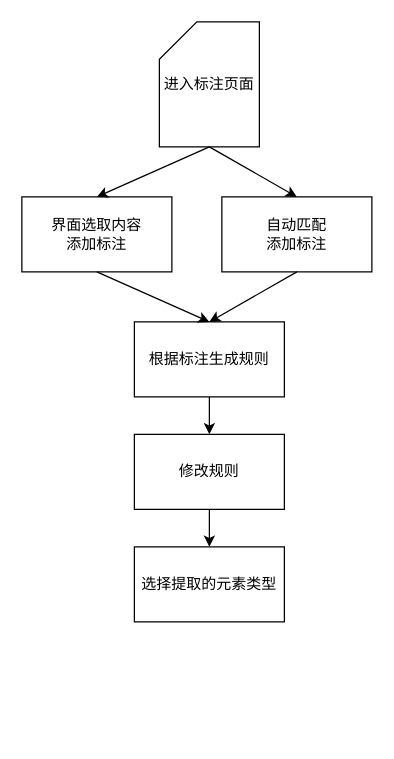
This is 人工标注流程.drawio from ouyangtian/drawio, a draw.io file, before an edit. Source tidied: cells renumbered, new cells numbered last; positions are measured from the earlier drawing's top-left corner, leaving out a move shared by most shapes. Both pictures are drawn from the tidied source at 125%, with x=0, y=0 at pixel (21, 21).
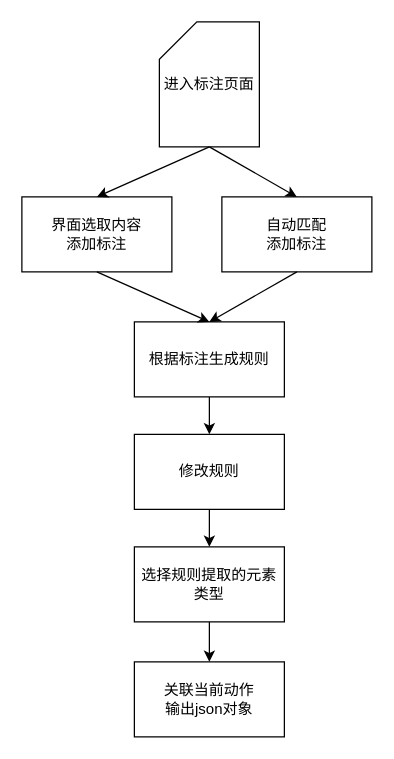
The same diagram, later.

Commit message:
更新人工标注流程.drawio

Diff of the diagram source:
```diff
@@
 <mxGraphModel>
   <root>
     <mxCell id="0" />
     <mxCell id="1" parent="0" />
     <mxCell id="2" value="界面选取内容&lt;br&gt;添加标注" style="rounded=0;whiteSpace=wrap;html=1;" parent="1" vertex="1">
       <mxGeometry y="140" width="120" height="60" as="geometry" />
     </mxCell>
     <mxCell id="3" value="根据标注生成规则" style="rounded=0;whiteSpace=wrap;html=1;" parent="1" vertex="1">
       <mxGeometry x="90" y="240" width="120" height="60" as="geometry" />
     </mxCell>
     <mxCell id="4" value="修改规则" style="rounded=0;whiteSpace=wrap;html=1;" parent="1" vertex="1">
       <mxGeometry x="90" y="330" width="120" height="60" as="geometry" />
     </mxCell>
     <mxCell id="5" style="endArrow=classic;html=1;exitX=0.5;exitY=1;exitDx=0;exitDy=0;entryX=0.5;entryY=0;entryDx=0;entryDy=0;" parent="1" edge="1" source="2" target="3">
       <mxGeometry relative="1" as="geometry" />
     </mxCell>
     <mxCell id="6" style="endArrow=classic;html=1;exitX=0.5;exitY=1;exitDx=0;exitDy=0;entryX=0.5;entryY=0;entryDx=0;entryDy=0;" parent="1" edge="1" source="3" target="4">
       <mxGeometry relative="1" as="geometry" />
     </mxCell>
     <mxCell id="7" value="进入标注页面" style="shape=card;whiteSpace=wrap;html=1;" parent="1" vertex="1">
       <mxGeometry x="110" width="80" height="100" as="geometry" />
     </mxCell>
     <mxCell id="8" style="endArrow=classic;html=1;exitX=0.5;exitY=1;exitDx=0;exitDy=0;exitPerimeter=0;entryX=0.5;entryY=0;entryDx=0;entryDy=0;" parent="1" edge="1" source="7" target="2">
       <mxGeometry relative="1" as="geometry" />
     </mxCell>
-    <mxCell id="9" value="选择提取的元素类型" style="rounded=0;whiteSpace=wrap;html=1;" parent="1" vertex="1">
+    <mxCell id="9" value="选择规则提取的元素类型" style="rounded=0;whiteSpace=wrap;html=1;" parent="1" vertex="1">
       <mxGeometry x="90" y="420" width="120" height="60" as="geometry" />
     </mxCell>
     <mxCell id="10" style="endArrow=classic;html=1;exitX=0.5;exitY=1;exitDx=0;exitDy=0;entryX=0.5;entryY=0;entryDx=0;entryDy=0;" parent="1" edge="1" source="4" target="9">
       <mxGeometry relative="1" as="geometry" />
     </mxCell>
     <mxCell id="11" value="自动匹配&lt;br&gt;添加标注" style="rounded=0;whiteSpace=wrap;html=1;" parent="1" vertex="1">
       <mxGeometry x="160" y="140" width="120" height="60" as="geometry" />
     </mxCell>
     <mxCell id="12" style="endArrow=classic;html=1;exitX=0.5;exitY=1;exitDx=0;exitDy=0;entryX=0.5;entryY=0;entryDx=0;entryDy=0;" parent="1" edge="1" source="11" target="3">
       <mxGeometry relative="1" as="geometry" />
     </mxCell>
     <mxCell id="13" style="endArrow=classic;html=1;exitX=0.5;exitY=1;exitDx=0;exitDy=0;exitPerimeter=0;entryX=0.5;entryY=0;entryDx=0;entryDy=0;" parent="1" edge="1" source="7" target="11">
       <mxGeometry relative="1" as="geometry" />
     </mxCell>
+    <mxCell id="14" value="关联当前动作&lt;br&gt;输出json对象" style="rounded=0;whiteSpace=wrap;html=1;" parent="1" vertex="1">
+      <mxGeometry x="90" y="512" width="120" height="60" as="geometry" />
+    </mxCell>
+    <mxCell id="15" style="endArrow=classic;html=1;exitX=0.5;exitY=1;exitDx=0;exitDy=0;entryX=0.5;entryY=0;entryDx=0;entryDy=0;" parent="1" edge="1" source="9" target="14">
+      <mxGeometry relative="1" as="geometry" />
+    </mxCell>
   </root>
 </mxGraphModel>
```
